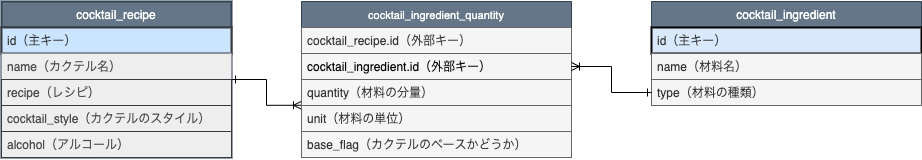
Before: docs/db/cocktail.png, a diagram exported from draw.io (LuffaAegyptiaca/cocktail_api). Source tidied: cells renumbered, new cells last; positions are measured from the earlier drawing's top-left corner, leaving out a move shared by most shapes.
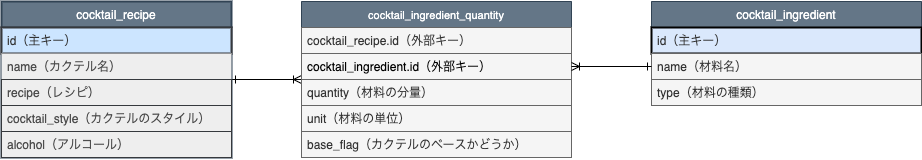
Above is the later version.

Commit message:
関係の線がずれていたので修正

Change to the diagram source:
```diff
@@ -2,10 +2,8 @@
   <root>
     <mxCell id="0" />
     <mxCell id="1" parent="0" />
-    <mxCell id="2" style="edgeStyle=orthogonalEdgeStyle;rounded=0;jettySize=auto;html=1;exitX=1;exitY=0.5;exitDx=0;exitDy=0;fontColor=#000000;startArrow=ERone;startFill=0;endArrow=ERoneToMany;endFill=0;" parent="1" edge="1" source="3">
-      <mxGeometry relative="1" as="geometry">
-        <mxPoint x="300" y="103.8" as="targetPoint" />
-      </mxGeometry>
+    <mxCell id="2" style="edgeStyle=orthogonalEdgeStyle;rounded=0;jettySize=auto;html=1;exitX=1;exitY=0.5;exitDx=0;exitDy=0;fontColor=#000000;startArrow=ERone;startFill=0;endArrow=ERoneToMany;endFill=0;entryX=0;entryY=0.5;entryDx=0;entryDy=0;" parent="1" edge="1" source="3" target="13">
+      <mxGeometry relative="1" as="geometry" />
     </mxCell>
     <mxCell id="3" value="cocktail_recipe" style="swimlane;fontStyle=0;horizontal=1;startSize=26;fillColor=#647687;strokeColor=#314354;fontColor=#ffffff;strokeWidth=2;" parent="1" vertex="1">
       <mxGeometry width="230" height="156" as="geometry" />
@@ -55,7 +53,7 @@
     <mxCell id="18" value="base_flag（カクテルのベースかどうか）" style="text;align=left;verticalAlign=top;spacingLeft=4;spacingRight=4;overflow=hidden;fillColor=#f5f5f5;strokeColor=#666666;fontColor=#333333;" parent="13" vertex="1">
       <mxGeometry y="130" width="270" height="26" as="geometry" />
     </mxCell>
-    <mxCell id="19" style="edgeStyle=orthogonalEdgeStyle;rounded=0;jettySize=auto;html=1;exitX=1;exitY=0.5;exitDx=0;exitDy=0;startArrow=ERoneToMany;startFill=0;endArrow=ERone;endFill=0;fontColor=#000000;" parent="1" edge="1" source="15" target="12">
+    <mxCell id="19" style="edgeStyle=orthogonalEdgeStyle;rounded=0;jettySize=auto;html=1;exitX=1;exitY=0.5;exitDx=0;exitDy=0;startArrow=ERoneToMany;startFill=0;endArrow=ERone;endFill=0;fontColor=#000000;entryX=0;entryY=0.5;entryDx=0;entryDy=0;" parent="1" edge="1" source="15" target="11">
       <mxGeometry relative="1" as="geometry" />
     </mxCell>
   </root>
```
